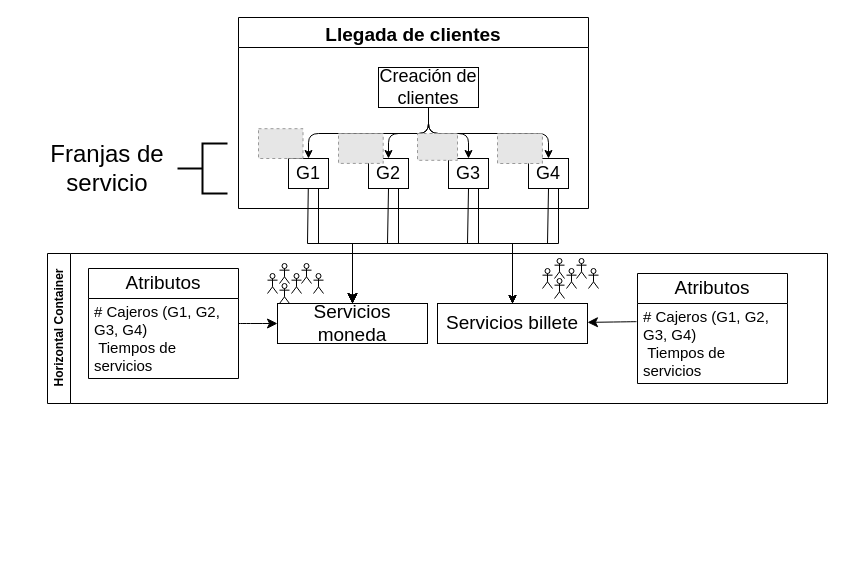
The draw.io diagram Methodology.drawio in lorerubiano22/LSRR_Working, before the edit. Source tidied: cells renumbered, new cells numbered last; positions are measured from the earlier drawing's top-left corner, leaving out a move shared by most shapes. Both pictures are drawn from the tidied source at 100%, with x=0, y=0 at pixel (37, 17). Pictures stored in the file or linked from it are replaced by grey dashed boxes.
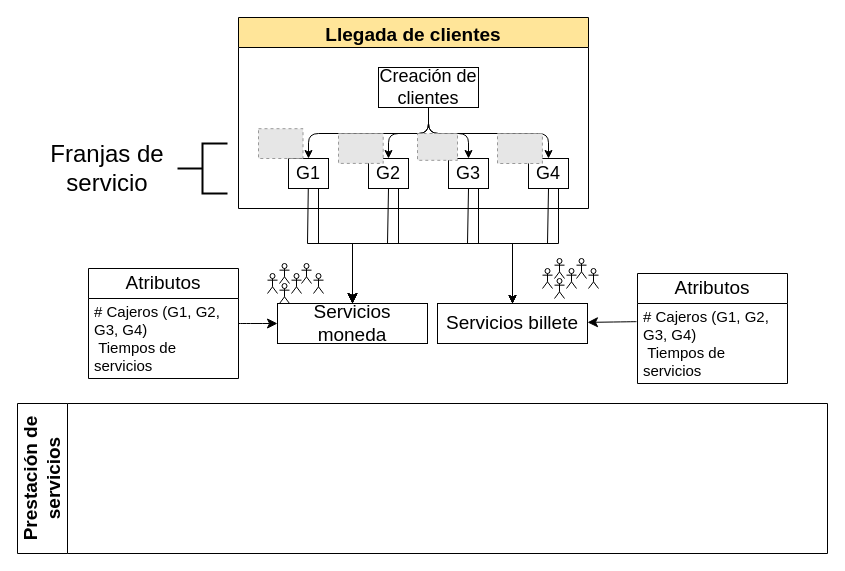
After the change.

Change to the diagram source:
```diff
@@
-    <mxCell id="2" value="Llegada de clientes" style="swimlane;startSize=30;horizontal=1;horizontalTree=0;sortEdges=1;containerType=tree;fontSize=19;fontColor=light-dark(#000000,#000000);labelBackgroundColor=light-dark(#FFFFFF,#FFFFFF);fillColor=light-dark(#FFFFFF,#FFFFFF);strokeColor=light-dark(#000000,#000000);" parent="1" vertex="1">
+    <mxCell id="2" value="Llegada de clientes" style="swimlane;startSize=30;horizontal=1;horizontalTree=0;sortEdges=1;containerType=tree;fontSize=19;fontColor=light-dark(#000000,#000000);labelBackgroundColor=none;fillColor=light-dark(#FFE599,#FFE599);strokeColor=light-dark(#000000,#FFE599);gradientColor=none;swimlaneFillColor=light-dark(#FFFFFF,#FFE599);" parent="1" vertex="1">
       <mxGeometry x="201" width="350" height="191" as="geometry" />
     </mxCell>
@@
-    <mxCell id="48" value="Horizontal Container" style="swimlane;horizontal=0;whiteSpace=wrap;html=1;fontColor=light-dark(#000000,#000000);fillColor=light-dark(#FFFFFF,#FFFFFF);strokeColor=light-dark(#000000,#000000);" parent="1" vertex="1">
-      <mxGeometry x="10" y="236" width="780" height="150" as="geometry" />
+    <mxCell id="48" value="&lt;font style=&quot;font-size: 19px;&quot;&gt;Prestación de servicios&lt;/font&gt;" style="swimlane;horizontal=0;whiteSpace=wrap;html=1;fontColor=light-dark(#000000,#000000);fillColor=light-dark(#FFFFFF,#FFFFFF);strokeColor=light-dark(#000000,#000000);startSize=50;" parent="1" vertex="1">
+      <mxGeometry x="-20" y="386" width="810" height="150" as="geometry" />
     </mxCell>
```
